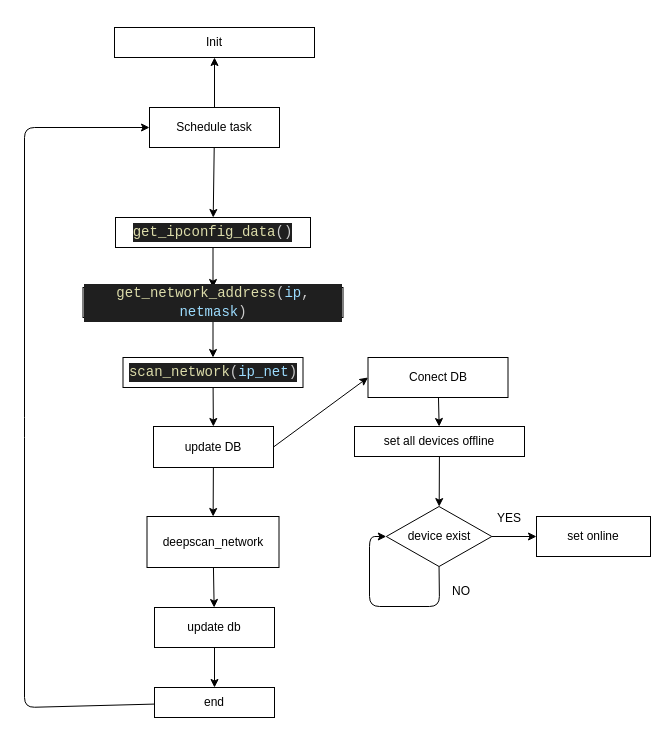
Above: flow.drawio in esimoes/NetScan (draw.io), before the change. Source tidied: cells renumbered, new cells numbered last; positions are measured from the earlier drawing's top-left corner, leaving out a move shared by most shapes. Both pictures are drawn from the tidied source at 100%, with x=0, y=0 at pixel (24, 27).
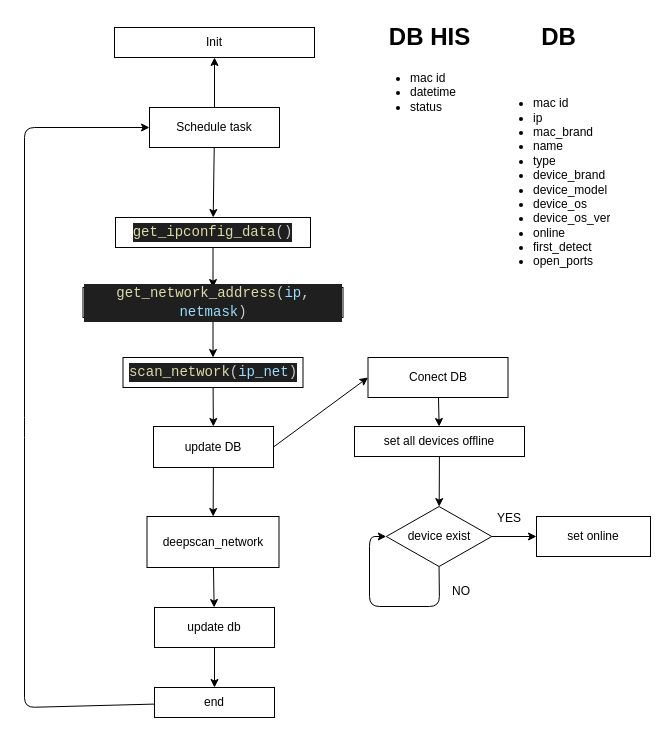
After the change.

The edit, as a diff of the source:
```diff
@@
+    <mxCell id="31" value="&lt;ul&gt;&lt;li&gt;mac id&lt;/li&gt;&lt;li&gt;ip&lt;/li&gt;&lt;li&gt;mac_brand&lt;/li&gt;&lt;li&gt;name&lt;/li&gt;&lt;li&gt;type&lt;/li&gt;&lt;li&gt;device_brand&lt;/li&gt;&lt;li&gt;device_model&lt;/li&gt;&lt;li&gt;device_os&lt;/li&gt;&lt;li&gt;device_os_ver&lt;/li&gt;&lt;li&gt;online&lt;/li&gt;&lt;li&gt;first_detect&lt;/li&gt;&lt;li&gt;open_ports&lt;/li&gt;&lt;/ul&gt;" style="text;strokeColor=none;fillColor=none;html=1;whiteSpace=wrap;verticalAlign=middle;overflow=hidden;" parent="1" vertex="1">
+      <mxGeometry x="467.2" y="20" width="160" height="270" as="geometry" />
+    </mxCell>
+    <mxCell id="32" value="DB" style="text;strokeColor=none;fillColor=none;html=1;fontSize=24;fontStyle=1;verticalAlign=middle;align=center;" parent="1" vertex="1">
+      <mxGeometry x="483.5" y="-10" width="100" height="40" as="geometry" />
+    </mxCell>
+    <mxCell id="33" value="&lt;ul&gt;&lt;li&gt;mac id&lt;/li&gt;&lt;li&gt;datetime&lt;/li&gt;&lt;li&gt;status&lt;/li&gt;&lt;/ul&gt;" style="text;strokeColor=none;fillColor=none;html=1;whiteSpace=wrap;verticalAlign=middle;overflow=hidden;" parent="1" vertex="1">
+      <mxGeometry x="343.5" y="20" width="100" height="90" as="geometry" />
+    </mxCell>
+    <mxCell id="34" value="DB HIS" style="text;strokeColor=none;fillColor=none;html=1;fontSize=24;fontStyle=1;verticalAlign=middle;align=center;" parent="1" vertex="1">
+      <mxGeometry x="355" y="-10" width="100" height="40" as="geometry" />
+    </mxCell>
```
